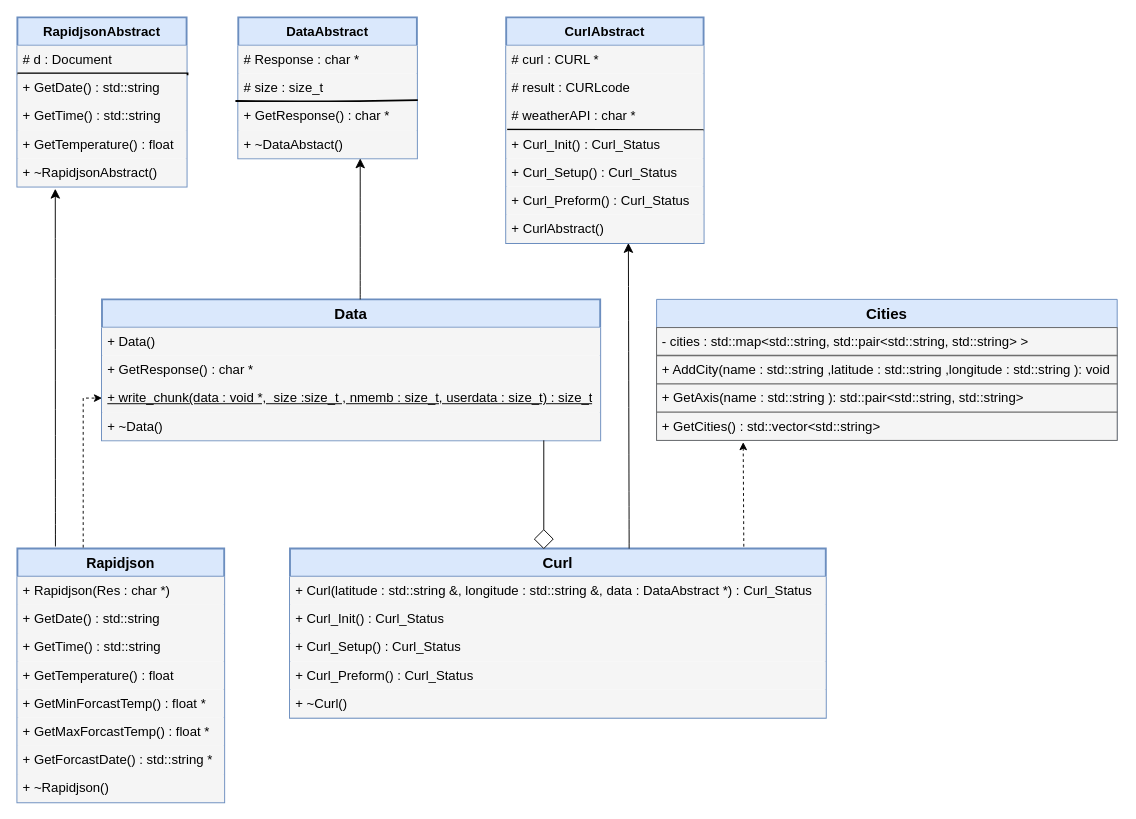
The draw.io diagram Docs/Class Diagram/WeatherForcast_ClassDiagram.drawio in salmanasser712/WeatherForcast, before the edit. Source tidied: cells renumbered, new cells numbered last; positions are measured from the earlier drawing's top-left corner, leaving out a move shared by most shapes. Both pictures are drawn from the tidied source at 94%, with x=0, y=0 at pixel (17, 17).
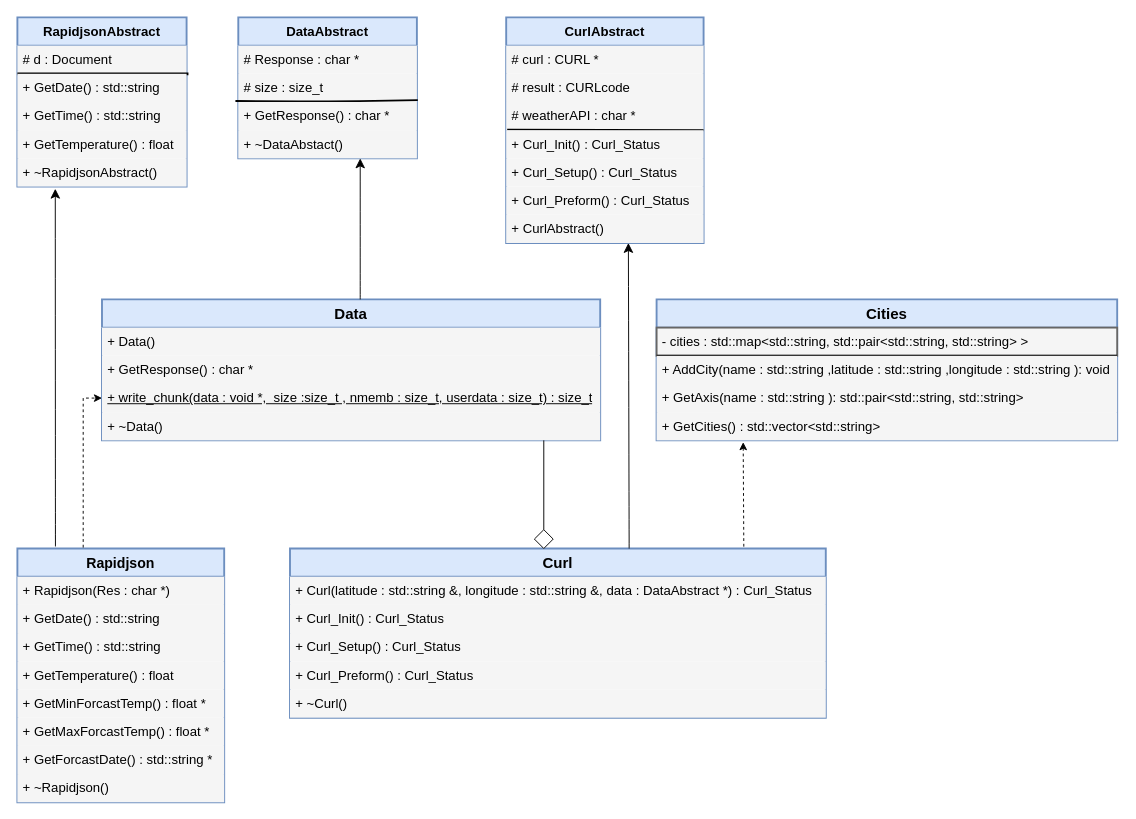
The same diagram, later.

Commit message (it also covers changes not shown here):
class diagram

The edit, as a diff of the source:
```diff
@@
-    <mxCell id="50" value="&lt;font style=&quot;font-size: 16px;&quot;&gt;&lt;b&gt;Cities&lt;/b&gt;&lt;/font&gt;" style="swimlane;fontStyle=0;horizontal=1;startSize=30;whiteSpace=wrap;html=1;fillColor=#dae8fc;strokeColor=#6c8ebf;" parent="1" vertex="1">
+    <mxCell id="50" value="&lt;font style=&quot;font-size: 16px;&quot;&gt;&lt;b&gt;Cities&lt;/b&gt;&lt;/font&gt;" style="swimlane;fontStyle=0;horizontal=1;startSize=30;whiteSpace=wrap;html=1;fillColor=#dae8fc;strokeColor=#6c8ebf;strokeWidth=2;" parent="1" vertex="1">
       <mxGeometry x="680" y="300" width="490" height="150" as="geometry" />
     </mxCell>
-    <mxCell id="51" value="- cities : std::map&amp;lt;std::string, std::pair&amp;lt;std::string, std::string&amp;gt; &amp;gt;&amp;nbsp;" style="text;strokeColor=#666666;fillColor=#f5f5f5;align=left;verticalAlign=middle;spacingLeft=4;spacingRight=4;overflow=hidden;whiteSpace=wrap;html=1;fontSize=14;fontColor=#000000;" parent="50" vertex="1">
+    <mxCell id="51" value="- cities : std::map&amp;lt;std::string, std::pair&amp;lt;std::string, std::string&amp;gt; &amp;gt;&amp;nbsp;" style="text;strokeColor=#666666;fillColor=#f5f5f5;align=left;verticalAlign=middle;spacingLeft=4;spacingRight=4;overflow=hidden;whiteSpace=wrap;html=1;fontSize=14;fontColor=#000000;strokeWidth=2;" parent="50" vertex="1">
       <mxGeometry y="30" width="490" height="30" as="geometry" />
     </mxCell>
-    <mxCell id="52" style="endArrow=none;html=1;rounded=0;strokeWidth=2;fillColor=#f5f5f5;strokeColor=#666666;fontColor=#000000;" parent="50" edge="1">
+    <mxCell id="52" style="endArrow=none;html=1;rounded=0;strokeWidth=2;fillColor=#f5f5f5;strokeColor=default;fontColor=#000000;" parent="50" edge="1">
       <mxGeometry relative="1" as="geometry">
         <mxPoint y="60" as="sourcePoint" />
         <mxPoint x="490" y="60" as="targetPoint" />
       </mxGeometry>
     </mxCell>
-    <mxCell id="53" value="+ AddCity(name : std::string&amp;nbsp;,latitude : std::string&amp;nbsp;,longitude : std::string&amp;nbsp;): void" style="text;strokeColor=#666666;fillColor=#f5f5f5;align=left;verticalAlign=middle;spacingLeft=4;spacingRight=4;overflow=hidden;whiteSpace=wrap;html=1;fontSize=14;fontColor=#000000;" parent="50" vertex="1">
+    <mxCell id="53" value="+ AddCity(name : std::string&amp;nbsp;,latitude : std::string&amp;nbsp;,longitude : std::string&amp;nbsp;): void" style="text;strokeColor=none;fillColor=#f5f5f5;align=left;verticalAlign=middle;spacingLeft=4;spacingRight=4;overflow=hidden;whiteSpace=wrap;html=1;fontSize=14;fontColor=#000000;strokeWidth=2;" parent="50" vertex="1">
       <mxGeometry y="60" width="490" height="30" as="geometry" />
     </mxCell>
-    <mxCell id="54" value="+ GetAxis(name : std::string&amp;nbsp;): std::pair&amp;lt;std::string, std::string&amp;gt;&amp;nbsp;" style="text;strokeColor=#666666;fillColor=#f5f5f5;align=left;verticalAlign=middle;spacingLeft=4;spacingRight=4;overflow=hidden;whiteSpace=wrap;html=1;fontSize=14;fontColor=#000000;" parent="50" vertex="1">
+    <mxCell id="54" value="+ GetAxis(name : std::string&amp;nbsp;): std::pair&amp;lt;std::string, std::string&amp;gt;&amp;nbsp;" style="text;strokeColor=none;fillColor=#f5f5f5;align=left;verticalAlign=middle;spacingLeft=4;spacingRight=4;overflow=hidden;whiteSpace=wrap;html=1;fontSize=14;fontColor=#000000;strokeWidth=2;" parent="50" vertex="1">
       <mxGeometry y="90" width="490" height="30" as="geometry" />
     </mxCell>
-    <mxCell id="55" value="+ GetCities() : std::vector&amp;lt;std::string&amp;gt;&amp;nbsp;" style="text;strokeColor=#666666;fillColor=#f5f5f5;align=left;verticalAlign=middle;spacingLeft=4;spacingRight=4;overflow=hidden;points=[[0,0.5],[1,0.5]];portConstraint=eastwest;whiteSpace=wrap;html=1;fontSize=14;fontColor=#000000;" parent="50" vertex="1">
+    <mxCell id="55" value="+ GetCities() : std::vector&amp;lt;std::string&amp;gt;&amp;nbsp;" style="text;strokeColor=none;fillColor=#f5f5f5;align=left;verticalAlign=middle;spacingLeft=4;spacingRight=4;overflow=hidden;points=[[0,0.5],[1,0.5]];portConstraint=eastwest;whiteSpace=wrap;html=1;fontSize=14;fontColor=#000000;strokeWidth=2;" parent="50" vertex="1">
       <mxGeometry y="120" width="490" height="30" as="geometry" />
     </mxCell>
```
